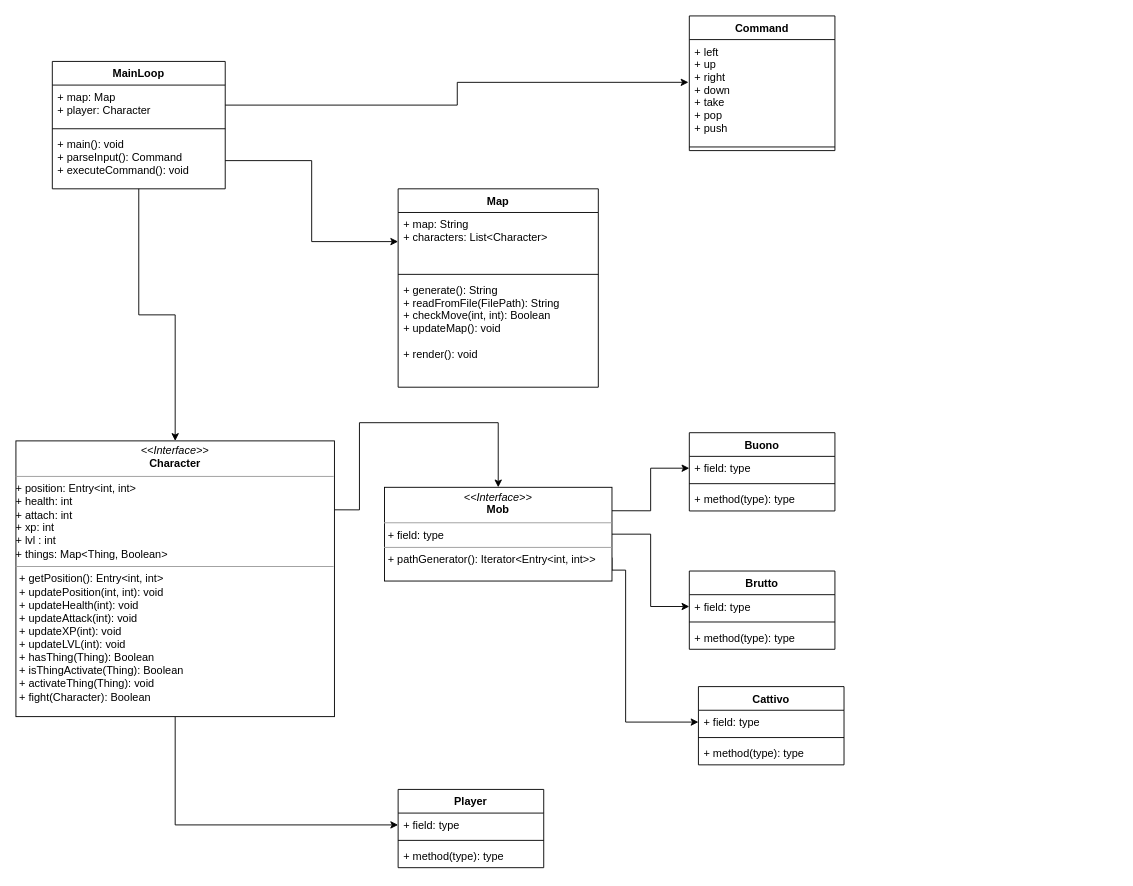
This is docs/src/classDiagram.drawio from RAF96/au-2019-Roguelike, a draw.io file, before an edit. Source tidied: cells renumbered, new cells numbered last; positions are measured from the earlier drawing's top-left corner, leaving out a move shared by most shapes. Both pictures are drawn from the tidied source at 91%, with x=0, y=0 at pixel (15, 15).
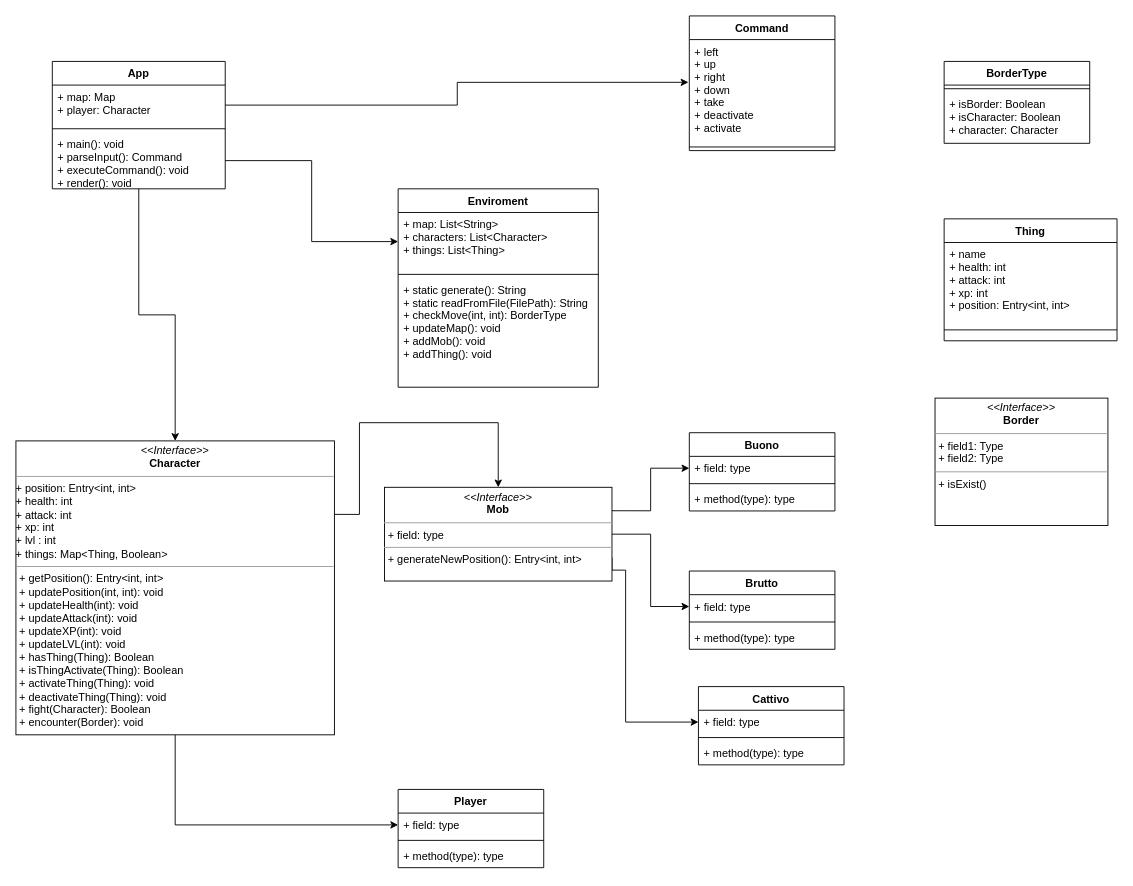
The same page after the edit.

Commit message (it also covers changes not shown here):
[raf96] second version of class diagram

The change refers to these unchanged cells:
```xml
<mxCell id="18" value="Command" style="swimlane;fontStyle=1;align=center;verticalAlign=top;horizontal=1;startSize=26;" parent="1" vertex="1">
  <mxGeometry x="740" width="160" height="148" as="geometry" />
</mxCell>
```

Change to the diagram source:
```diff
@@
-    <mxCell id="7" value="MainLoop" style="swimlane;fontStyle=1;align=center;verticalAlign=top;horizontal=1;startSize=26;" parent="1" vertex="1">
+    <mxCell id="7" value="App" style="swimlane;fontStyle=1;align=center;verticalAlign=top;horizontal=1;startSize=26;" parent="1" vertex="1">
       <mxGeometry x="40" y="50" width="190" height="140" as="geometry" />
     </mxCell>
@@
-    <mxCell id="10" value="+ main(): void&#10;+ parseInput(): Command&#10;+ executeCommand(): void" style="text;strokeColor=none;fillColor=none;align=left;verticalAlign=top;spacingLeft=4;spacingRight=4;overflow=hidden;points=[[0,0.5],[1,0.5]];portConstraint=eastwest;" parent="7" vertex="1">
+    <mxCell id="10" value="+ main(): void&#10;+ parseInput(): Command&#10;+ executeCommand(): void&#10;+ render(): void&#10;" style="text;strokeColor=none;fillColor=none;align=left;verticalAlign=top;spacingLeft=4;spacingRight=4;overflow=hidden;points=[[0,0.5],[1,0.5]];portConstraint=eastwest;" parent="7" vertex="1">
       <mxGeometry y="78" width="190" height="62" as="geometry" />
     </mxCell>
-    <mxCell id="11" value="Map" style="swimlane;fontStyle=1;align=center;verticalAlign=top;horizontal=1;startSize=26;" parent="1" vertex="1">
+    <mxCell id="11" value="Enviroment" style="swimlane;fontStyle=1;align=center;verticalAlign=top;horizontal=1;startSize=26;" parent="1" vertex="1">
       <mxGeometry x="420" y="190" width="220" height="218" as="geometry" />
     </mxCell>
-    <mxCell id="12" value="+ map: String&#10;+ characters: List&lt;Character&gt;" style="text;strokeColor=none;fillColor=none;align=left;verticalAlign=top;spacingLeft=4;spacingRight=4;overflow=hidden;points=[[0,0.5],[1,0.5]];portConstraint=eastwest;" parent="11" vertex="1">
+    <mxCell id="12" value="+ map: List&lt;String&gt;&#10;+ characters: List&lt;Character&gt;&#10;+ things: List&lt;Thing&gt;&#10;" style="text;strokeColor=none;fillColor=none;align=left;verticalAlign=top;spacingLeft=4;spacingRight=4;overflow=hidden;points=[[0,0.5],[1,0.5]];portConstraint=eastwest;" parent="11" vertex="1">
       <mxGeometry y="26" width="220" height="64" as="geometry" />
     </mxCell>
@@
-    <mxCell id="14" value="+ generate(): String&#10;+ readFromFile(FilePath): String&#10;+ checkMove(int, int): Boolean&#10;+ updateMap(): void&#10;&#10;+ render(): void" style="text;strokeColor=none;fillColor=none;align=left;verticalAlign=top;spacingLeft=4;spacingRight=4;overflow=hidden;" parent="11" vertex="1">
+    <mxCell id="14" value="+ static generate(): String&#10;+ static readFromFile(FilePath): String&#10;+ checkMove(int, int): BorderType&#10;+ updateMap(): void&#10;+ addMob(): void&#10;+ addThing(): void&#10;" style="text;strokeColor=none;fillColor=none;align=left;verticalAlign=top;spacingLeft=4;spacingRight=4;overflow=hidden;" parent="11" vertex="1">
       <mxGeometry y="98" width="220" height="120" as="geometry" />
     </mxCell>
@@
-    <mxCell id="17" value="&lt;p style=&quot;margin: 0px ; margin-top: 4px ; text-align: center&quot;&gt;&lt;i&gt;&amp;lt;&amp;lt;Interface&amp;gt;&amp;gt;&lt;/i&gt;&lt;br&gt;&lt;b&gt;Character&lt;/b&gt;&lt;/p&gt;&lt;hr size=&quot;1&quot;&gt;&lt;div&gt;+ position: Entry&amp;lt;int, int&amp;gt;&lt;/div&gt;&lt;div&gt;+ health: int&lt;/div&gt;&lt;div&gt;+ attach: int&lt;br&gt;&lt;/div&gt;&lt;div&gt;+ xp: int&lt;/div&gt;&lt;div&gt;+ lvl : int&lt;/div&gt;&lt;div&gt;+ things: Map&amp;lt;Thing, Boolean&amp;gt;&lt;/div&gt;&lt;hr size=&quot;1&quot;&gt;&lt;p style=&quot;margin: 0px ; margin-left: 4px&quot;&gt;+ getPosition(): Entry&amp;lt;int, int&amp;gt;&lt;br&gt;&lt;/p&gt;&lt;p style=&quot;margin: 0px ; margin-left: 4px&quot;&gt;+ updatePosition(int, int): void&lt;/p&gt;&lt;p style=&quot;margin: 0px ; margin-left: 4px&quot;&gt;+ updateHealth(int): void&lt;/p&gt;&lt;p style=&quot;margin: 0px ; margin-left: 4px&quot;&gt;+ updateAttack(int): void&lt;/p&gt;&lt;p style=&quot;margin: 0px ; margin-left: 4px&quot;&gt;+ updateXP(int): void&lt;/p&gt;&lt;p style=&quot;margin: 0px ; margin-left: 4px&quot;&gt;+ updateLVL(int): void&lt;/p&gt;&lt;p style=&quot;margin: 0px ; margin-left: 4px&quot;&gt;+ hasThing(Thing): Boolean&lt;/p&gt;&lt;p style=&quot;margin: 0px ; margin-left: 4px&quot;&gt;+ isThingActivate(Thing): Boolean&lt;/p&gt;&lt;p style=&quot;margin: 0px ; margin-left: 4px&quot;&gt;+ activateThing(Thing): void&lt;/p&gt;&lt;p style=&quot;margin: 0px ; margin-left: 4px&quot;&gt;+ fight(Character): Boolean&lt;br&gt;&lt;/p&gt;" style="verticalAlign=top;align=left;overflow=fill;fontSize=12;fontFamily=Helvetica;html=1;" parent="1" vertex="1">
-      <mxGeometry y="467" width="350" height="303" as="geometry" />
+    <mxCell id="17" value="&lt;p style=&quot;margin: 0px ; margin-top: 4px ; text-align: center&quot;&gt;&lt;i&gt;&amp;lt;&amp;lt;Interface&amp;gt;&amp;gt;&lt;/i&gt;&lt;br&gt;&lt;b&gt;Character&lt;/b&gt;&lt;/p&gt;&lt;hr size=&quot;1&quot;&gt;&lt;div&gt;+ position: Entry&amp;lt;int, int&amp;gt;&lt;/div&gt;&lt;div&gt;+ health: int&lt;/div&gt;&lt;div&gt;+ attack: int&lt;br&gt;&lt;/div&gt;&lt;div&gt;+ xp: int&lt;/div&gt;&lt;div&gt;+ lvl : int&lt;/div&gt;&lt;div&gt;+ things: Map&amp;lt;Thing, Boolean&amp;gt;&lt;/div&gt;&lt;hr size=&quot;1&quot;&gt;&lt;p style=&quot;margin: 0px ; margin-left: 4px&quot;&gt;+ getPosition(): Entry&amp;lt;int, int&amp;gt;&lt;br&gt;&lt;/p&gt;&lt;p style=&quot;margin: 0px ; margin-left: 4px&quot;&gt;+ updatePosition(int, int): void&lt;/p&gt;&lt;p style=&quot;margin: 0px ; margin-left: 4px&quot;&gt;+ updateHealth(int): void&lt;/p&gt;&lt;p style=&quot;margin: 0px ; margin-left: 4px&quot;&gt;+ updateAttack(int): void&lt;/p&gt;&lt;p style=&quot;margin: 0px ; margin-left: 4px&quot;&gt;+ updateXP(int): void&lt;/p&gt;&lt;p style=&quot;margin: 0px ; margin-left: 4px&quot;&gt;+ updateLVL(int): void&lt;/p&gt;&lt;p style=&quot;margin: 0px ; margin-left: 4px&quot;&gt;+ hasThing(Thing): Boolean&lt;/p&gt;&lt;p style=&quot;margin: 0px ; margin-left: 4px&quot;&gt;+ isThingActivate(Thing): Boolean&lt;/p&gt;&lt;p style=&quot;margin: 0px ; margin-left: 4px&quot;&gt;+ activateThing(Thing): void&lt;/p&gt;&lt;p style=&quot;margin: 0px ; margin-left: 4px&quot;&gt;+ deactivateThing(Thing): void&lt;br&gt;&lt;/p&gt;&lt;p style=&quot;margin: 0px ; margin-left: 4px&quot;&gt;+ fight(Character): Boolean&lt;br&gt;&lt;/p&gt;&lt;p style=&quot;margin: 0px ; margin-left: 4px&quot;&gt;+ encounter(Border): void&lt;/p&gt;&lt;p style=&quot;margin: 0px ; margin-left: 4px&quot;&gt;&lt;br&gt;&lt;/p&gt;" style="verticalAlign=top;align=left;overflow=fill;fontSize=12;fontFamily=Helvetica;html=1;" parent="1" vertex="1">
+      <mxGeometry y="467" width="350" height="323" as="geometry" />
     </mxCell>
@@
-    <mxCell id="19" value="+ left&#10;+ up&#10;+ right&#10;+ down&#10;+ take&#10;+ pop&#10;+ push&#10;" style="text;strokeColor=none;fillColor=none;align=left;verticalAlign=top;spacingLeft=4;spacingRight=4;overflow=hidden;points=[[0,0.5],[1,0.5]];portConstraint=eastwest;" parent="18" vertex="1">
+    <mxCell id="19" value="+ left&#10;+ up&#10;+ right&#10;+ down&#10;+ take&#10;+ deactivate&#10;+ activate&#10;" style="text;strokeColor=none;fillColor=none;align=left;verticalAlign=top;spacingLeft=4;spacingRight=4;overflow=hidden;points=[[0,0.5],[1,0.5]];portConstraint=eastwest;" parent="18" vertex="1">
       <mxGeometry y="26" width="160" height="114" as="geometry" />
     </mxCell>
@@
-    <mxCell id="24" value="&lt;p style=&quot;margin: 0px ; margin-top: 4px ; text-align: center&quot;&gt;&lt;i&gt;&amp;lt;&amp;lt;Interface&amp;gt;&amp;gt;&lt;/i&gt;&lt;br&gt;&lt;b&gt;Mob&lt;/b&gt;&lt;/p&gt;&lt;hr size=&quot;1&quot;&gt;&lt;p style=&quot;margin: 0px ; margin-left: 4px&quot;&gt;+ field: type&lt;br&gt;&lt;/p&gt;&lt;hr size=&quot;1&quot;&gt;&lt;p style=&quot;margin: 0px ; margin-left: 4px&quot;&gt;+ pathGenerator(): Iterator&amp;lt;Entry&amp;lt;int, int&amp;gt;&amp;gt;&lt;/p&gt;" style="verticalAlign=top;align=left;overflow=fill;fontSize=12;fontFamily=Helvetica;html=1;" parent="1" vertex="1">
+    <mxCell id="24" value="&lt;p style=&quot;margin: 0px ; margin-top: 4px ; text-align: center&quot;&gt;&lt;i&gt;&amp;lt;&amp;lt;Interface&amp;gt;&amp;gt;&lt;/i&gt;&lt;br&gt;&lt;b&gt;Mob&lt;/b&gt;&lt;/p&gt;&lt;hr size=&quot;1&quot;&gt;&lt;p style=&quot;margin: 0px ; margin-left: 4px&quot;&gt;+ field: type&lt;br&gt;&lt;/p&gt;&lt;hr size=&quot;1&quot;&gt;&lt;p style=&quot;margin: 0px ; margin-left: 4px&quot;&gt;+ generateNewPosition(): Entry&amp;lt;int, int&amp;gt;&lt;/p&gt;" style="verticalAlign=top;align=left;overflow=fill;fontSize=12;fontFamily=Helvetica;html=1;" parent="1" vertex="1">
       <mxGeometry x="405" y="518" width="250" height="103" as="geometry" />
     </mxCell>
@@
+    <mxCell id="39" value="BorderType" style="swimlane;fontStyle=1;align=center;verticalAlign=top;horizontal=1;startSize=26;" parent="1" vertex="1">
+      <mxGeometry x="1020" y="50" width="160" height="90" as="geometry" />
+    </mxCell>
+    <mxCell id="40" style="line;strokeWidth=1;fillColor=none;align=left;verticalAlign=middle;spacingTop=-1;spacingLeft=3;spacingRight=3;labelPosition=right;" parent="39" vertex="1">
+      <mxGeometry y="26" width="160" height="8" as="geometry" />
+    </mxCell>
+    <mxCell id="41" value="+ isBorder: Boolean&#10;+ isCharacter: Boolean&#10;+ character: Character&#10;" style="text;strokeColor=none;fillColor=none;align=left;verticalAlign=top;spacingLeft=4;spacingRight=4;overflow=hidden;" parent="39" vertex="1">
+      <mxGeometry y="34" width="160" height="56" as="geometry" />
+    </mxCell>
+    <mxCell id="42" value="Thing" style="swimlane;fontStyle=1;align=center;verticalAlign=top;horizontal=1;startSize=26;" parent="1" vertex="1">
+      <mxGeometry x="1020" y="223" width="190" height="134" as="geometry" />
+    </mxCell>
+    <mxCell id="43" value="+ name&#10;+ health: int&#10;+ attack: int&#10;+ xp: int&#10;+ position: Entry&lt;int, int&gt;" style="text;strokeColor=none;fillColor=none;align=left;verticalAlign=top;spacingLeft=4;spacingRight=4;overflow=hidden;" parent="42" vertex="1">
+      <mxGeometry y="26" width="190" height="84" as="geometry" />
+    </mxCell>
+    <mxCell id="44" style="line;strokeWidth=1;fillColor=none;align=left;verticalAlign=middle;spacingTop=-1;spacingLeft=3;spacingRight=3;labelPosition=right;" parent="42" vertex="1">
+      <mxGeometry y="110" width="190" height="24" as="geometry" />
+    </mxCell>
+    <mxCell id="45" value="&lt;p style=&quot;margin: 0px ; margin-top: 4px ; text-align: center&quot;&gt;&lt;i&gt;&amp;lt;&amp;lt;Interface&amp;gt;&amp;gt;&lt;/i&gt;&lt;br&gt;&lt;b&gt;Border&lt;/b&gt;&lt;/p&gt;&lt;hr size=&quot;1&quot;&gt;&lt;p style=&quot;margin: 0px ; margin-left: 4px&quot;&gt;+ field1: Type&lt;br&gt;+ field2: Type&lt;/p&gt;&lt;hr size=&quot;1&quot;&gt;&lt;p style=&quot;margin: 0px ; margin-left: 4px&quot;&gt;+ isExist()&lt;/p&gt;" style="verticalAlign=top;align=left;overflow=fill;fontSize=12;fontFamily=Helvetica;html=1;" parent="1" vertex="1">
+      <mxGeometry x="1010" y="420" width="190" height="140" as="geometry" />
+    </mxCell>
```
